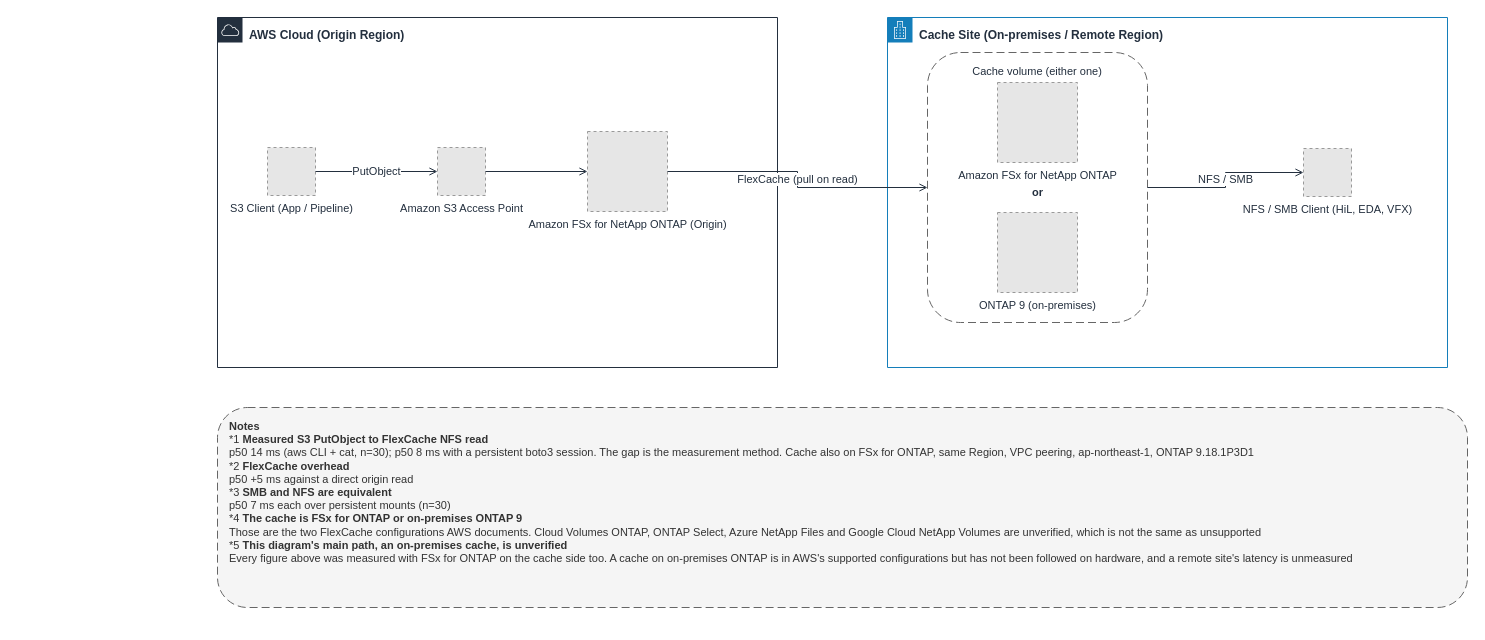
This is docs/_assets/diagrams/s3burst-architecture-overview-en.drawio from Yoshiki0705/S3-Burst-on-ONTAP-Files, a draw.io file, before an edit. Source tidied: cells renumbered, new cells numbered last; positions are measured from the earlier drawing's top-left corner, leaving out a move shared by most shapes. Both pictures are drawn from the tidied source at 100%, with x=0, y=0 at pixel (217, 17). Pictures stored in the file or linked from it are replaced by grey dashed boxes.
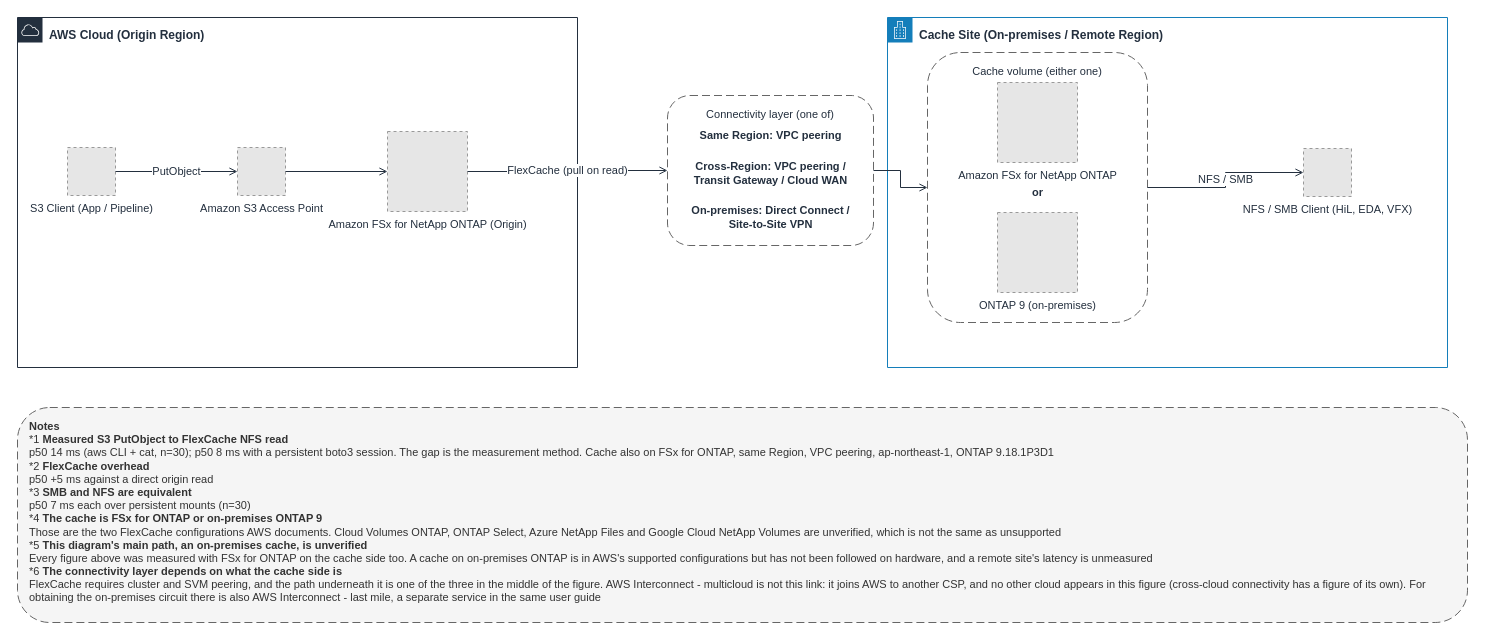
The same page after the edit.

Commit message (it also covers changes not shown here):
docs: draw the connectivity layer on the overview FlexCache link (#64)

Unchanged cells that the change refers to:
```xml
<mxCell id="4" value="Cache volume (either one)" style="rounded=1;whiteSpace=wrap;html=1;dashed=1;dashPattern=8 4;strokeColor=#666666;fillColor=none;fontColor=#232F3E;fontSize=11;verticalAlign=top;align=center;spacingTop=6;" parent="1" vertex="1">
  <mxGeometry x="710" y="35" width="220" height="270" as="geometry" />
</mxCell>
```

What changed in the source:
```diff
@@
     <mxCell id="2" value="AWS Cloud (Origin Region)" style="gradientColor=none;html=1;whiteSpace=wrap;fontSize=12;fontStyle=1;fontColor=#232F3E;shape=mxgraph.aws4.group;grIcon=mxgraph.aws4.group_aws_cloud;strokeColor=#232F3E;fillColor=none;verticalAlign=top;align=left;spacingLeft=30;spacingTop=4;dashed=0;" parent="1" vertex="1">
-      <mxGeometry width="560" height="350" as="geometry" />
+      <mxGeometry x="-200" width="560" height="350" as="geometry" />
     </mxCell>
@@
+    <mxCell id="17" value="Connectivity layer (one of)" style="rounded=1;whiteSpace=wrap;html=1;dashed=1;dashPattern=8 4;strokeColor=#666666;fillColor=none;fontColor=#232F3E;fontSize=11;verticalAlign=top;align=center;spacingTop=6;" parent="1" vertex="1">
+      <mxGeometry x="450" y="78" width="206" height="150" as="geometry" />
+    </mxCell>
@@
+    <mxCell id="18" value="Same Region: VPC peering" style="text;html=1;strokeColor=none;fillColor=none;align=center;verticalAlign=middle;fontSize=11;fontStyle=1;fontColor=#232F3E;" parent="1" vertex="1">
+      <mxGeometry x="458" y="108" width="190" height="20" as="geometry" />
+    </mxCell>
+    <mxCell id="19" value="Cross-Region: VPC peering /&lt;br&gt;Transit Gateway / Cloud WAN" style="text;html=1;strokeColor=none;fillColor=none;align=center;verticalAlign=middle;fontSize=11;fontStyle=1;fontColor=#232F3E;" parent="1" vertex="1">
+      <mxGeometry x="458" y="140" width="190" height="32" as="geometry" />
+    </mxCell>
+    <mxCell id="20" value="On-premises: Direct Connect /&lt;br&gt;Site-to-Site VPN" style="text;html=1;strokeColor=none;fillColor=none;align=center;verticalAlign=middle;fontSize=11;fontStyle=1;fontColor=#232F3E;" parent="1" vertex="1">
+      <mxGeometry x="458" y="184" width="190" height="32" as="geometry" />
+    </mxCell>
     <mxCell id="6" value="S3 Client (App / Pipeline)" style="fillColor=#E6E6E6;strokeColor=#999999;dashed=1;html=1;verticalLabelPosition=bottom;verticalAlign=top;labelPosition=center;align=center;fontSize=11;fontColor=#232F3E;" parent="1" vertex="1">
-      <mxGeometry x="50" y="130" width="48" height="48" as="geometry" />
+      <mxGeometry x="-150" y="130" width="48" height="48" as="geometry" />
     </mxCell>
     <mxCell id="7" value="Amazon S3 Access Point" style="fillColor=#E6E6E6;strokeColor=#999999;dashed=1;html=1;verticalLabelPosition=bottom;verticalAlign=top;labelPosition=center;align=center;fontSize=11;fontColor=#232F3E;" parent="1" vertex="1">
-      <mxGeometry x="220" y="130" width="48" height="48" as="geometry" />
+      <mxGeometry x="20" y="130" width="48" height="48" as="geometry" />
     </mxCell>
     <mxCell id="8" value="Amazon FSx for NetApp ONTAP (Origin)" style="fillColor=#E6E6E6;strokeColor=#999999;dashed=1;html=1;verticalLabelPosition=bottom;verticalAlign=top;labelPosition=center;align=center;fontSize=11;fontColor=#232F3E;" parent="1" vertex="1">
-      <mxGeometry x="370" y="114" width="80" height="80" as="geometry" />
+      <mxGeometry x="170" y="114" width="80" height="80" as="geometry" />
     </mxCell>
@@
-    <mxCell id="14" value="FlexCache (pull on read)" style="edgeStyle=orthogonalEdgeStyle;rounded=0;html=1;endArrow=open;endFill=0;strokeColor=#232F3E;strokeWidth=1;fontSize=11;fontColor=#232F3E;" parent="1" edge="1" source="8" target="4">
+    <mxCell id="14" value="FlexCache (pull on read)" style="edgeStyle=orthogonalEdgeStyle;rounded=0;html=1;endArrow=open;endFill=0;strokeColor=#232F3E;strokeWidth=1;fontSize=11;fontColor=#232F3E;" parent="1" edge="1" source="8" target="17">
       <mxGeometry relative="1" as="geometry" />
     </mxCell>
+    <mxCell id="21" style="edgeStyle=orthogonalEdgeStyle;rounded=0;html=1;endArrow=open;endFill=0;strokeColor=#232F3E;strokeWidth=1;fontSize=11;fontColor=#232F3E;" parent="1" edge="1" source="17" target="4">
+      <mxGeometry relative="1" as="geometry" />
+    </mxCell>
@@
-    <mxCell id="16" value="&lt;b&gt;Notes&lt;/b&gt;&lt;br&gt;*1 &lt;b&gt;Measured S3 PutObject to FlexCache NFS read&lt;/b&gt;&lt;br&gt;p50 14 ms (aws CLI + cat, n=30); p50 8 ms with a persistent boto3 session. The gap is the measurement method. Cache also on FSx for ONTAP, same Region, VPC peering, ap-northeast-1, ONTAP 9.18.1P3D1&lt;br&gt;*2 &lt;b&gt;FlexCache overhead&lt;/b&gt;&lt;br&gt;p50 +5 ms against a direct origin read&lt;br&gt;*3 &lt;b&gt;SMB and NFS are equivalent&lt;/b&gt;&lt;br&gt;p50 7 ms each over persistent mounts (n=30)&lt;br&gt;*4 &lt;b&gt;The cache is FSx for ONTAP or on-premises ONTAP 9&lt;/b&gt;&lt;br&gt;Those are the two FlexCache configurations AWS documents. Cloud Volumes ONTAP, ONTAP Select, Azure NetApp Files and Google Cloud NetApp Volumes are unverified, which is not the same as unsupported&lt;br&gt;*5 &lt;b&gt;This diagram's main path, an on-premises cache, is unverified&lt;/b&gt;&lt;br&gt;Every figure above was measured with FSx for ONTAP on the cache side too. A cache on on-premises ONTAP is in AWS's supported configurations but has not been followed on hardware, and a remote site's latency is unmeasured" style="rounded=1;whiteSpace=wrap;html=1;dashed=1;dashPattern=8 4;strokeColor=#666666;fillColor=#F5F5F5;fontColor=#333333;fontSize=11;align=left;verticalAlign=top;spacingLeft=10;spacingTop=6;" parent="1" vertex="1">
-      <mxGeometry y="390" width="1250" height="200" as="geometry" />
+    <mxCell id="16" value="&lt;b&gt;Notes&lt;/b&gt;&lt;br&gt;*1 &lt;b&gt;Measured S3 PutObject to FlexCache NFS read&lt;/b&gt;&lt;br&gt;p50 14 ms (aws CLI + cat, n=30); p50 8 ms with a persistent boto3 session. The gap is the measurement method. Cache also on FSx for ONTAP, same Region, VPC peering, ap-northeast-1, ONTAP 9.18.1P3D1&lt;br&gt;*2 &lt;b&gt;FlexCache overhead&lt;/b&gt;&lt;br&gt;p50 +5 ms against a direct origin read&lt;br&gt;*3 &lt;b&gt;SMB and NFS are equivalent&lt;/b&gt;&lt;br&gt;p50 7 ms each over persistent mounts (n=30)&lt;br&gt;*4 &lt;b&gt;The cache is FSx for ONTAP or on-premises ONTAP 9&lt;/b&gt;&lt;br&gt;Those are the two FlexCache configurations AWS documents. Cloud Volumes ONTAP, ONTAP Select, Azure NetApp Files and Google Cloud NetApp Volumes are unverified, which is not the same as unsupported&lt;br&gt;*5 &lt;b&gt;This diagram's main path, an on-premises cache, is unverified&lt;/b&gt;&lt;br&gt;Every figure above was measured with FSx for ONTAP on the cache side too. A cache on on-premises ONTAP is in AWS's supported configurations but has not been followed on hardware, and a remote site's latency is unmeasured&lt;br&gt;*6 &lt;b&gt;The connectivity layer depends on what the cache side is&lt;/b&gt;&lt;br&gt;FlexCache requires cluster and SVM peering, and the path underneath it is one of the three in the middle of the figure. AWS Interconnect - multicloud is not this link: it joins AWS to another CSP, and no other cloud appears in this figure (cross-cloud connectivity has a figure of its own). For obtaining the on-premises circuit there is also AWS Interconnect - last mile, a separate service in the same user guide" style="rounded=1;whiteSpace=wrap;html=1;dashed=1;dashPattern=8 4;strokeColor=#666666;fillColor=#F5F5F5;fontColor=#333333;fontSize=11;align=left;verticalAlign=top;spacingLeft=10;spacingTop=6;" parent="1" vertex="1">
+      <mxGeometry x="-200" y="390" width="1450" height="215" as="geometry" />
     </mxCell>
```
